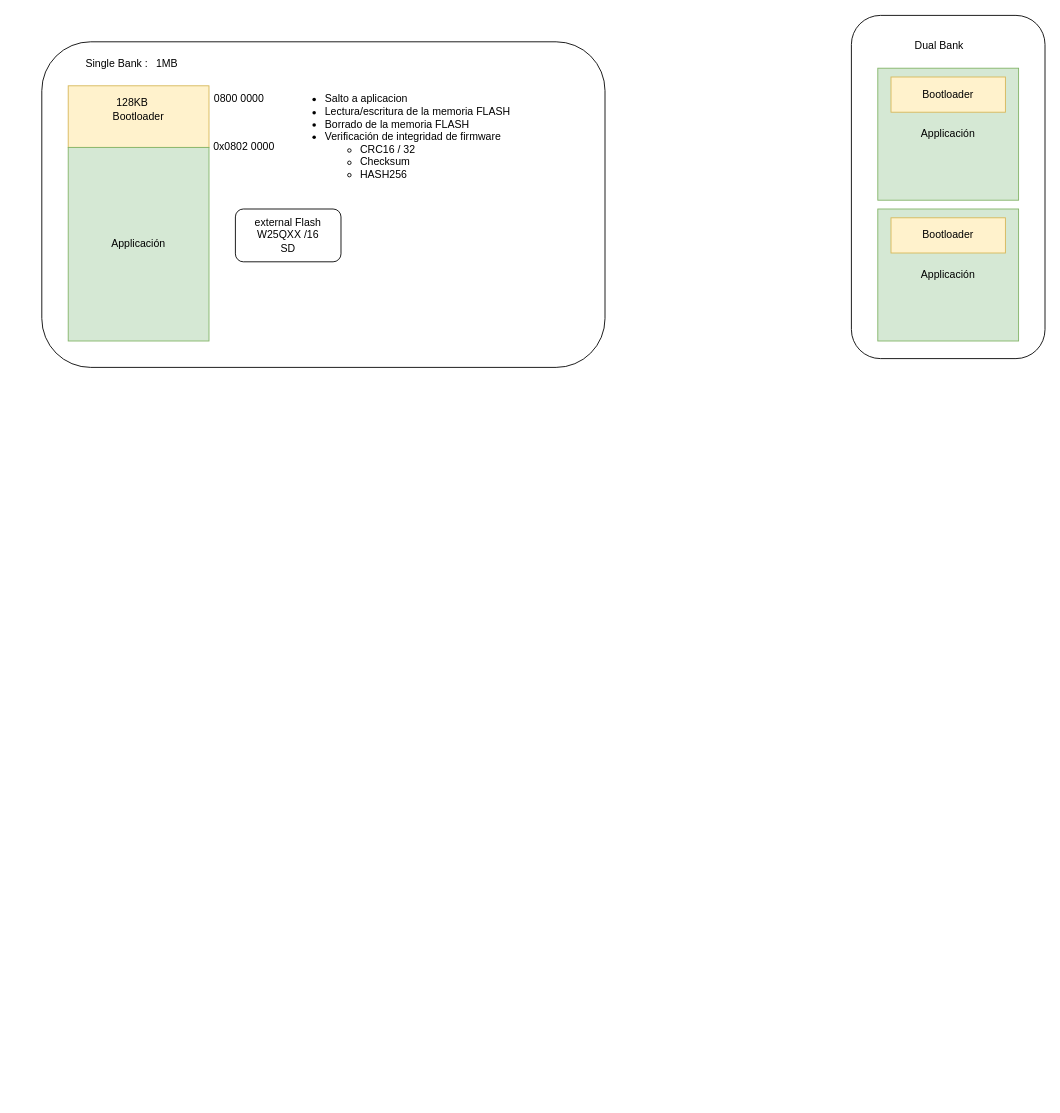
Above: page "Bootloader" (2 of 4) of doc/Diagrama sin título.drawio in dowhile98/OTA_Consulting (draw.io), before the change. Source tidied: cells renumbered, new cells numbered last; positions are measured from the earlier drawing's top-left corner, leaving out a move shared by most shapes. Both pictures are drawn from the tidied source at 88%, with x=0, y=0 at pixel (41, 15).
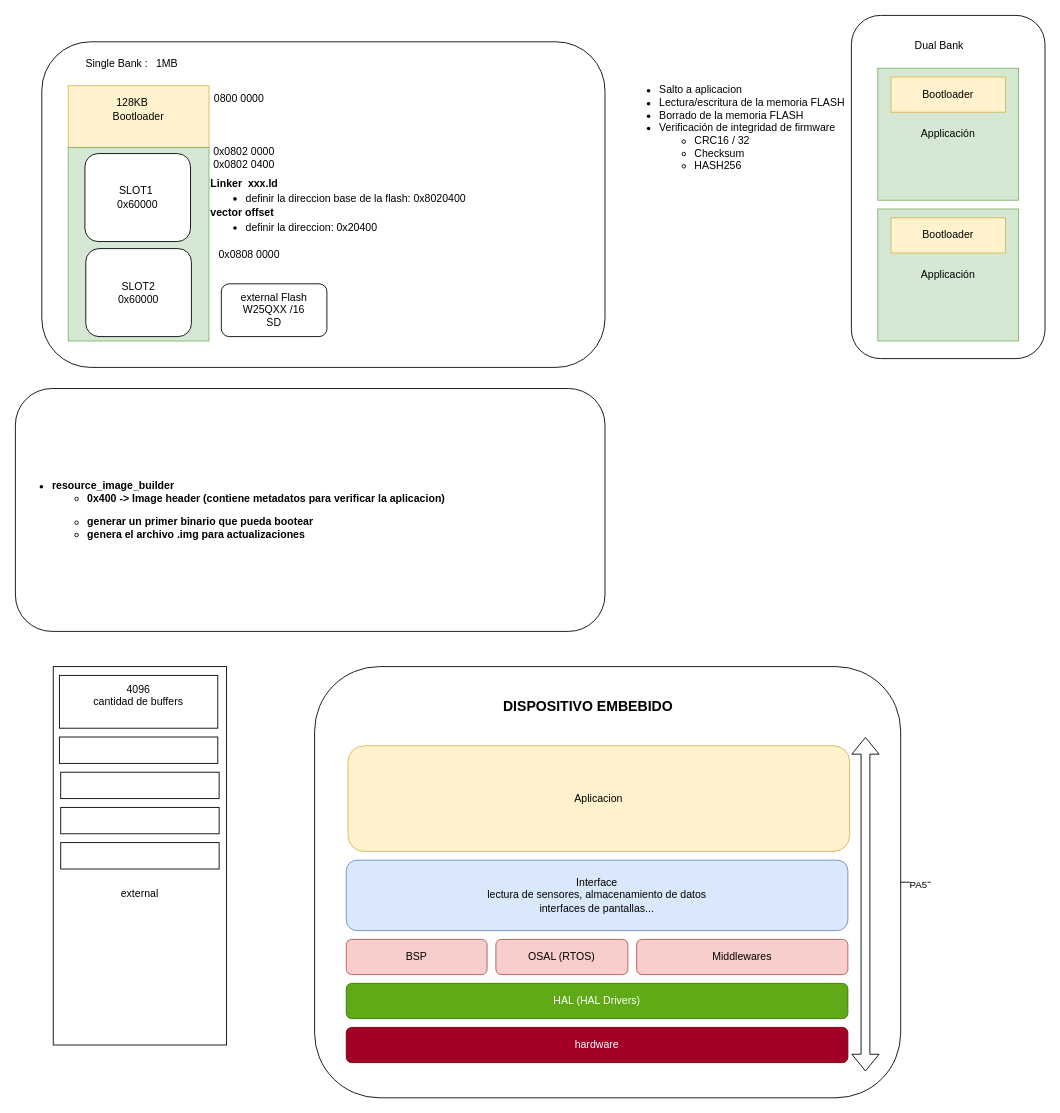
Above is the later version.

Diff of the diagram source:
```diff
@@
-    <mxCell id="5" value="Applicación" style="rounded=0;whiteSpace=wrap;html=1;fillColor=#d5e8d4;strokeColor=#82b366;" parent="1" vertex="1">
+    <mxCell id="5" style="rounded=0;whiteSpace=wrap;html=1;fillColor=#d5e8d4;strokeColor=#82b366;" parent="1" vertex="1">
       <mxGeometry x="30" y="150" width="160" height="220" as="geometry" />
     </mxCell>
@@
-    <mxCell id="9" value="0x0802 0000" style="text;html=1;align=center;verticalAlign=middle;whiteSpace=wrap;rounded=0;" parent="1" vertex="1">
-      <mxGeometry x="180" y="135" width="100" height="30" as="geometry" />
+    <mxCell id="9" value="0x0802 0000&lt;div&gt;0x0802 0400&lt;/div&gt;" style="text;html=1;align=center;verticalAlign=middle;whiteSpace=wrap;rounded=0;" parent="1" vertex="1">
+      <mxGeometry x="180" y="147" width="100" height="30" as="geometry" />
     </mxCell>
@@
     <mxCell id="17" value="&lt;ul&gt;&lt;li&gt;Salto a aplicacion&lt;/li&gt;&lt;li&gt;Lectura/escritura de la memoria FLASH&lt;/li&gt;&lt;li&gt;Borrado de la memoria FLASH&lt;/li&gt;&lt;li&gt;Verificación de integridad de firmware&lt;/li&gt;&lt;ul&gt;&lt;li&gt;CRC16 / 32&lt;/li&gt;&lt;li&gt;Checksum&lt;/li&gt;&lt;li&gt;HASH256&lt;/li&gt;&lt;/ul&gt;&lt;/ul&gt;" style="text;html=1;align=left;verticalAlign=middle;whiteSpace=wrap;rounded=0;" parent="1" vertex="1">
-      <mxGeometry x="280" y="70" width="260" height="136" as="geometry" />
+      <mxGeometry x="660" y="60" width="260" height="136" as="geometry" />
     </mxCell>
     <mxCell id="18" value="external Flash&lt;div&gt;W25QXX /16&lt;/div&gt;&lt;div&gt;SD&lt;/div&gt;" style="rounded=1;whiteSpace=wrap;html=1;" parent="1" vertex="1">
-      <mxGeometry x="220" y="220" width="120" height="60" as="geometry" />
+      <mxGeometry x="204" y="305" width="120" height="60" as="geometry" />
     </mxCell>
+    <mxCell id="19" value="SLOT1&amp;nbsp;&lt;div&gt;0x60000&lt;/div&gt;" style="rounded=1;whiteSpace=wrap;html=1;" parent="1" vertex="1">
+      <mxGeometry x="49" y="157" width="120" height="100" as="geometry" />
+    </mxCell>
+    <mxCell id="20" value="SLOT2&lt;div&gt;0x60000&lt;/div&gt;" style="rounded=1;whiteSpace=wrap;html=1;" parent="1" vertex="1">
+      <mxGeometry x="50" y="265" width="120" height="100" as="geometry" />
+    </mxCell>
+    <mxCell id="21" value="0x0808 0000" style="text;html=1;align=center;verticalAlign=middle;whiteSpace=wrap;rounded=0;" parent="1" vertex="1">
+      <mxGeometry x="186" y="257" width="100" height="30" as="geometry" />
+    </mxCell>
+    <mxCell id="22" value="&lt;ul&gt;&lt;li&gt;&lt;b&gt;resource_image_builder&lt;/b&gt;&lt;/li&gt;&lt;ul&gt;&lt;li&gt;&lt;b&gt;0x400 -&amp;gt; Image header (contiene metadatos para verificar la aplicacion)&lt;/b&gt;&lt;/li&gt;&lt;/ul&gt;&lt;/ul&gt;&lt;ul&gt;&lt;ul&gt;&lt;li&gt;&lt;b&gt;generar un primer binario que pueda bootear&lt;/b&gt;&lt;/li&gt;&lt;li&gt;&lt;b&gt;genera el archivo .img para actualizaciones&lt;/b&gt;&lt;/li&gt;&lt;/ul&gt;&lt;/ul&gt;" style="rounded=1;whiteSpace=wrap;html=1;align=left;" parent="1" vertex="1">
+      <mxGeometry x="-30" y="424" width="670" height="276" as="geometry" />
+    </mxCell>
+    <mxCell id="23" value="&lt;div style=&quot;line-height: 40%;&quot;&gt;&lt;b&gt;Linker&amp;nbsp; xxx.ld&lt;/b&gt;&lt;div&gt;&lt;ul&gt;&lt;li&gt;definir la direccion base de la flash: 0x8020400&lt;/li&gt;&lt;/ul&gt;&lt;b&gt;vector offset&lt;/b&gt;&lt;/div&gt;&lt;div&gt;&lt;ul&gt;&lt;li&gt;definir la direccion: 0x20400&lt;/li&gt;&lt;/ul&gt;&lt;/div&gt;&lt;/div&gt;" style="text;html=1;align=left;verticalAlign=middle;whiteSpace=wrap;rounded=0;" parent="1" vertex="1">
+      <mxGeometry x="190" y="177" width="350" height="90" as="geometry" />
+    </mxCell>
+    <mxCell id="24" value="&lt;div&gt;&lt;br&gt;&lt;/div&gt;&lt;div&gt;&lt;br&gt;&lt;/div&gt;&lt;div&gt;&lt;br&gt;&lt;/div&gt;&lt;div&gt;&lt;br&gt;&lt;/div&gt;&lt;div&gt;&lt;br&gt;&lt;/div&gt;&lt;div&gt;&lt;br&gt;&lt;/div&gt;&lt;div&gt;external&lt;/div&gt;" style="rounded=0;whiteSpace=wrap;html=1;" parent="1" vertex="1">
+      <mxGeometry x="13" y="740" width="197" height="430" as="geometry" />
+    </mxCell>
+    <mxCell id="25" value="4096&lt;div&gt;cantidad de buffers&lt;/div&gt;&lt;div&gt;&lt;br&gt;&lt;/div&gt;" style="rounded=0;whiteSpace=wrap;html=1;" parent="1" vertex="1">
+      <mxGeometry x="20" y="750" width="180" height="60" as="geometry" />
+    </mxCell>
+    <mxCell id="26" style="rounded=0;whiteSpace=wrap;html=1;" parent="1" vertex="1">
+      <mxGeometry x="20" y="820" width="180" height="30" as="geometry" />
+    </mxCell>
+    <mxCell id="27" style="rounded=0;whiteSpace=wrap;html=1;" parent="1" vertex="1">
+      <mxGeometry x="21.5" y="860" width="180" height="30" as="geometry" />
+    </mxCell>
+    <mxCell id="28" style="rounded=0;whiteSpace=wrap;html=1;" parent="1" vertex="1">
+      <mxGeometry x="21.5" y="900" width="180" height="30" as="geometry" />
+    </mxCell>
+    <mxCell id="29" style="rounded=0;whiteSpace=wrap;html=1;" parent="1" vertex="1">
+      <mxGeometry x="21.5" y="940" width="180" height="30" as="geometry" />
+    </mxCell>
+    <mxCell id="30" style="group;" parent="1" vertex="1">
+      <mxGeometry x="310" y="740" width="666" height="490" as="geometry" />
+    </mxCell>
+    <mxCell id="31" style="rounded=1;whiteSpace=wrap;html=1;" parent="30" vertex="1">
+      <mxGeometry width="666" height="490" as="geometry" />
+    </mxCell>
+    <mxCell id="32" value="Aplicacion" style="rounded=1;whiteSpace=wrap;html=1;fillColor=#fff2cc;strokeColor=#d6b656;" parent="30" vertex="1">
+      <mxGeometry x="38" y="90" width="570" height="120" as="geometry" />
+    </mxCell>
+    <mxCell id="33" value="hardware" style="rounded=1;whiteSpace=wrap;html=1;fillColor=#a20025;fontColor=#ffffff;strokeColor=#6F0000;" parent="30" vertex="1">
+      <mxGeometry x="36" y="410" width="570" height="40" as="geometry" />
+    </mxCell>
+    <mxCell id="34" value="HAL (HAL Drivers)" style="rounded=1;whiteSpace=wrap;html=1;fillColor=#60a917;fontColor=#ffffff;strokeColor=#2D7600;" parent="30" vertex="1">
+      <mxGeometry x="36" y="360" width="570" height="40" as="geometry" />
+    </mxCell>
+    <mxCell id="35" value="BSP" style="rounded=1;whiteSpace=wrap;html=1;fillColor=#f8cecc;strokeColor=#b85450;" parent="30" vertex="1">
+      <mxGeometry x="36" y="310" width="160" height="40" as="geometry" />
+    </mxCell>
+    <mxCell id="36" value="OSAL (RTOS)" style="rounded=1;whiteSpace=wrap;html=1;fillColor=#f8cecc;strokeColor=#b85450;" parent="30" vertex="1">
+      <mxGeometry x="206" y="310" width="150" height="40" as="geometry" />
+    </mxCell>
+    <mxCell id="37" value="Middlewares" style="rounded=1;whiteSpace=wrap;html=1;fillColor=#f8cecc;strokeColor=#b85450;" parent="30" vertex="1">
+      <mxGeometry x="366" y="310" width="240" height="40" as="geometry" />
+    </mxCell>
+    <mxCell id="38" value="Interface&lt;div&gt;lectura de sensores, almacenamiento de datos&lt;/div&gt;&lt;div&gt;interfaces de pantallas...&lt;/div&gt;" style="rounded=1;whiteSpace=wrap;html=1;fillColor=#dae8fc;strokeColor=#6c8ebf;" parent="30" vertex="1">
+      <mxGeometry x="36" y="220" width="570" height="80" as="geometry" />
+    </mxCell>
+    <mxCell id="39" style="shape=flexArrow;endArrow=classic;startArrow=classic;html=1;rounded=0;" parent="30" edge="1">
+      <mxGeometry relative="1" as="geometry">
+        <mxPoint x="626" y="460" as="sourcePoint" />
+        <mxPoint x="626" y="80" as="targetPoint" />
+      </mxGeometry>
+    </mxCell>
+    <mxCell id="40" value="DISPOSITIVO EMBEBIDO" style="text;html=1;align=center;verticalAlign=middle;whiteSpace=wrap;rounded=0;fontStyle=1;fontSize=16;" parent="30" vertex="1">
+      <mxGeometry x="106" y="30" width="410" height="30" as="geometry" />
+    </mxCell>
+    <mxCell id="41" style="endArrow=none;html=1;rounded=0;exitX=1;exitY=0.5;exitDx=0;exitDy=0;" parent="1" edge="1" source="31">
+      <mxGeometry relative="1" as="geometry">
+        <mxPoint x="1010" y="985" as="targetPoint" />
+      </mxGeometry>
+    </mxCell>
+    <mxCell id="42" value="PA5" style="edgeLabel;html=1;align=center;verticalAlign=middle;" parent="41" vertex="1">
+      <mxGeometry x="0.09" y="-2" relative="1" as="geometry" />
+    </mxCell>
```
